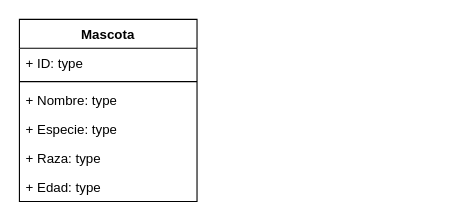
NixieNixi/diagramaClases keeps this draw.io diagram as Diagrama sin título.drawio. Above is the earlier version. Source tidied: cells renumbered, new cells numbered last; positions are measured from the earlier drawing's top-left corner, leaving out a move shared by most shapes. Both pictures are drawn from the tidied source at 111%, with x=0, y=0 at pixel (19, 19).
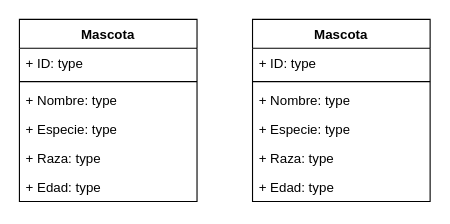
The same page after the edit.

The edit, as a diff of the source:
```diff
@@
 <mxGraphModel>
   <root>
     <mxCell id="0" />
     <mxCell id="1" parent="0" />
     <mxCell id="2" value="Mascota" style="swimlane;fontStyle=1;align=center;verticalAlign=top;horizontal=1;startSize=26;whiteSpace=wrap;html=1;" parent="1" vertex="1">
       <mxGeometry width="160" height="164" as="geometry" />
     </mxCell>
     <mxCell id="3" value="+ ID: type" style="text;strokeColor=none;fillColor=none;align=left;verticalAlign=top;spacingLeft=4;spacingRight=4;overflow=hidden;whiteSpace=wrap;html=1;" parent="2" vertex="1">
       <mxGeometry y="26" width="160" height="26" as="geometry" />
     </mxCell>
     <mxCell id="4" style="line;strokeWidth=1;fillColor=none;align=left;verticalAlign=middle;spacingTop=-1;spacingLeft=3;spacingRight=3;labelPosition=right;strokeColor=inherit;" parent="2" vertex="1">
       <mxGeometry y="52" width="160" height="8" as="geometry" />
     </mxCell>
     <mxCell id="5" value="+ Nombre: type" style="text;strokeColor=none;fillColor=none;align=left;verticalAlign=top;spacingLeft=4;spacingRight=4;overflow=hidden;whiteSpace=wrap;html=1;" parent="2" vertex="1">
       <mxGeometry y="60" width="160" height="26" as="geometry" />
     </mxCell>
     <mxCell id="6" value="+ Especie: type" style="text;strokeColor=none;fillColor=none;align=left;verticalAlign=top;spacingLeft=4;spacingRight=4;overflow=hidden;whiteSpace=wrap;html=1;" parent="2" vertex="1">
       <mxGeometry y="86" width="160" height="26" as="geometry" />
     </mxCell>
     <mxCell id="7" value="+ Raza: type" style="text;strokeColor=none;fillColor=none;align=left;verticalAlign=top;spacingLeft=4;spacingRight=4;overflow=hidden;whiteSpace=wrap;html=1;" parent="2" vertex="1">
       <mxGeometry y="112" width="160" height="26" as="geometry" />
     </mxCell>
     <mxCell id="8" value="+ Edad: type" style="text;strokeColor=none;fillColor=none;align=left;verticalAlign=top;spacingLeft=4;spacingRight=4;overflow=hidden;whiteSpace=wrap;html=1;" parent="2" vertex="1">
       <mxGeometry y="138" width="160" height="26" as="geometry" />
     </mxCell>
+    <mxCell id="9" value="Mascota" style="swimlane;fontStyle=1;align=center;verticalAlign=top;horizontal=1;startSize=26;whiteSpace=wrap;html=1;" parent="1" vertex="1">
+      <mxGeometry x="210" width="160" height="164" as="geometry" />
+    </mxCell>
+    <mxCell id="10" value="+ ID: type" style="text;strokeColor=none;fillColor=none;align=left;verticalAlign=top;spacingLeft=4;spacingRight=4;overflow=hidden;whiteSpace=wrap;html=1;" parent="9" vertex="1">
+      <mxGeometry y="26" width="160" height="26" as="geometry" />
+    </mxCell>
+    <mxCell id="11" style="line;strokeWidth=1;fillColor=none;align=left;verticalAlign=middle;spacingTop=-1;spacingLeft=3;spacingRight=3;labelPosition=right;strokeColor=inherit;" parent="9" vertex="1">
+      <mxGeometry y="52" width="160" height="8" as="geometry" />
+    </mxCell>
+    <mxCell id="12" value="+ Nombre: type" style="text;strokeColor=none;fillColor=none;align=left;verticalAlign=top;spacingLeft=4;spacingRight=4;overflow=hidden;whiteSpace=wrap;html=1;" parent="9" vertex="1">
+      <mxGeometry y="60" width="160" height="26" as="geometry" />
+    </mxCell>
+    <mxCell id="13" value="+ Especie: type" style="text;strokeColor=none;fillColor=none;align=left;verticalAlign=top;spacingLeft=4;spacingRight=4;overflow=hidden;whiteSpace=wrap;html=1;" parent="9" vertex="1">
+      <mxGeometry y="86" width="160" height="26" as="geometry" />
+    </mxCell>
+    <mxCell id="14" value="+ Raza: type" style="text;strokeColor=none;fillColor=none;align=left;verticalAlign=top;spacingLeft=4;spacingRight=4;overflow=hidden;whiteSpace=wrap;html=1;" parent="9" vertex="1">
+      <mxGeometry y="112" width="160" height="26" as="geometry" />
+    </mxCell>
+    <mxCell id="15" value="+ Edad: type" style="text;strokeColor=none;fillColor=none;align=left;verticalAlign=top;spacingLeft=4;spacingRight=4;overflow=hidden;whiteSpace=wrap;html=1;" parent="9" vertex="1">
+      <mxGeometry y="138" width="160" height="26" as="geometry" />
+    </mxCell>
   </root>
 </mxGraphModel>
```
